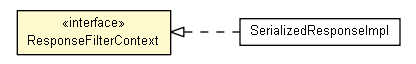
Above: latest/javadoc/apidocs/io/reinert/requestor/ResponseFilterContext.png in reinert/requestor (Graphviz), before the change. Its source is kept beside it as latest/javadoc/apidocs/io/reinert/requestor/ResponseFilterContext.dot.
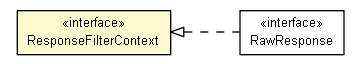
The same file after the commit.

Change to the diagram source:
```diff
@@ -5,16 +5,17 @@
 	nodesep=0.25;
 	ranksep=0.5;
 	rankdir=LR;
-	c10397 [label=<<table title="io.reinert.requestor.SerializedResponseImpl" border="0" cellborder="1" cellspacing="0" cellpadding="2" port="p" href="./SerializedResponseImpl.html">
-		<tr><td><table border="0" cellspacing="0" cellpadding="1">
-<tr><td align="center" balign="center"> SerializedResponseImpl </td></tr>
-		</table></td></tr>
-		</table>>, URL="./SerializedResponseImpl.html", fontname="arial", fontcolor="black", fontsize=10.0];
-	c10406 [label=<<table title="io.reinert.requestor.ResponseFilterContext" border="0" cellborder="1" cellspacing="0" cellpadding="2" port="p" bgcolor="lemonChiffon" href="./ResponseFilterContext.html">
+	c12769 [label=<<table title="io.reinert.requestor.ResponseFilterContext" border="0" cellborder="1" cellspacing="0" cellpadding="2" port="p" bgcolor="lemonChiffon" href="./ResponseFilterContext.html">
 		<tr><td><table border="0" cellspacing="0" cellpadding="1">
 <tr><td align="center" balign="center"> &#171;interface&#187; </td></tr>
 <tr><td align="center" balign="center"> ResponseFilterContext </td></tr>
 		</table></td></tr>
 		</table>>, URL="./ResponseFilterContext.html", fontname="arial", fontcolor="black", fontsize=10.0];
-	c10406:p -> c10397:p [dir=back,arrowtail=empty,style=dashed];
+	c12795 [label=<<table title="io.reinert.requestor.RawResponse" border="0" cellborder="1" cellspacing="0" cellpadding="2" port="p" href="./RawResponse.html">
+		<tr><td><table border="0" cellspacing="0" cellpadding="1">
+<tr><td align="center" balign="center"> &#171;interface&#187; </td></tr>
+<tr><td align="center" balign="center"> RawResponse </td></tr>
+		</table></td></tr>
+		</table>>, URL="./RawResponse.html", fontname="arial", fontcolor="black", fontsize=10.0];
+	c12769:p -> c12795:p [dir=back,arrowtail=empty,style=dashed];
 }
```
